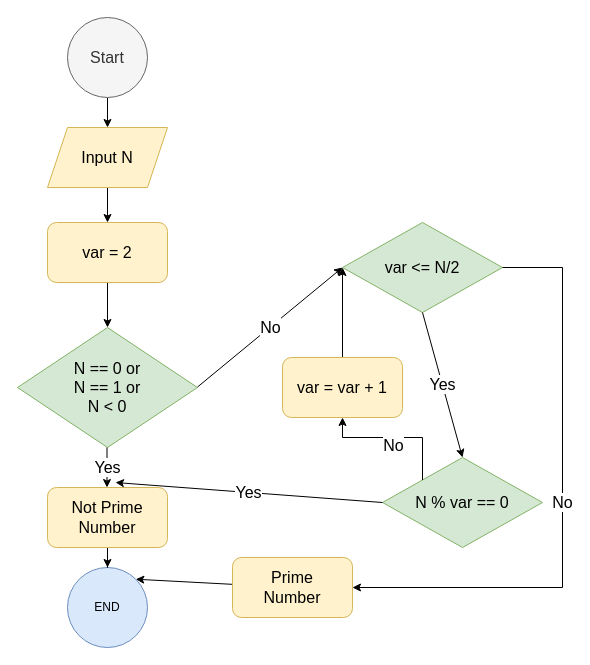
YuriiOsipchuk/HomeWorkGo keeps this draw.io diagram as ex002/other/d.drawio. Above is the earlier version. Source tidied: cells renumbered, new cells numbered last; positions are measured from the earlier drawing's top-left corner, leaving out a move shared by most shapes. Both pictures are drawn from the tidied source at 100%, with x=0, y=0 at pixel (17, 17).
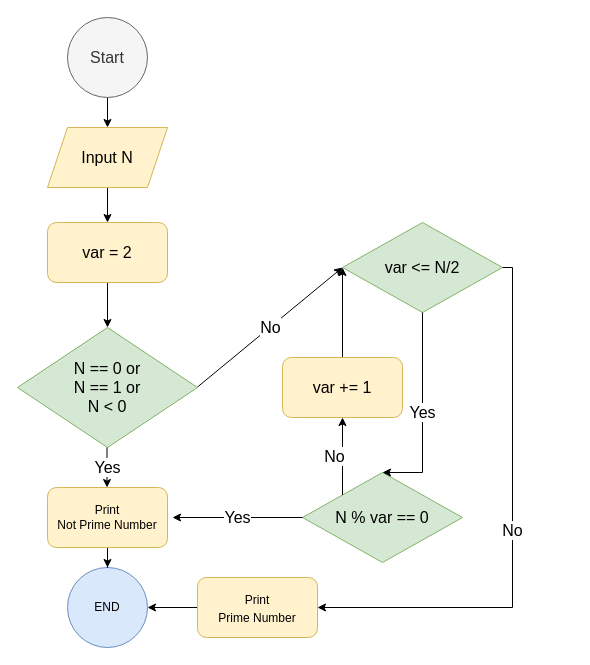
After the change.

The change refers to these unchanged cells:
```xml
<mxCell id="4" value="END" style="ellipse;whiteSpace=wrap;html=1;fillColor=#dae8fc;strokeColor=#6c8ebf;" parent="1" vertex="1">
  <mxGeometry x="50" y="550" width="80" height="80" as="geometry" />
</mxCell>
<mxCell id="14" value="var &amp;lt;= N/2" style="rhombus;whiteSpace=wrap;html=1;fontSize=16;fillColor=#d5e8d4;strokeColor=#82b366;" parent="1" vertex="1">
  <mxGeometry x="325" y="205" width="160" height="90" as="geometry" />
</mxCell>
```

Diff of the diagram source:
```diff
@@
-    <mxCell id="11" value="&lt;div&gt;Not Prime&lt;/div&gt;&lt;div&gt;Number&lt;br&gt;&lt;/div&gt;" style="rounded=1;whiteSpace=wrap;html=1;fontSize=16;fillColor=#fff2cc;strokeColor=#d6b656;" parent="1" vertex="1">
+    <mxCell id="11" value="&lt;div style=&quot;font-size: 12px;&quot;&gt;Print&lt;br&gt;&lt;/div&gt;&lt;div style=&quot;font-size: 12px;&quot;&gt;Not Prime Number&lt;br&gt;&lt;/div&gt;" style="rounded=1;whiteSpace=wrap;html=1;fontSize=16;fillColor=#fff2cc;strokeColor=#d6b656;" parent="1" vertex="1">
       <mxGeometry x="30" y="470" width="120" height="60" as="geometry" />
     </mxCell>
@@
     <mxCell id="15" value="N % var == 0" style="rhombus;whiteSpace=wrap;html=1;fontSize=16;fillColor=#d5e8d4;strokeColor=#82b366;" parent="1" vertex="1">
-      <mxGeometry x="365" y="440" width="160" height="90" as="geometry" />
+      <mxGeometry x="285" y="455" width="160" height="90" as="geometry" />
     </mxCell>
-    <mxCell id="16" value="Yes" style="endArrow=classic;html=1;rounded=0;fontSize=16;exitX=0.5;exitY=1;exitDx=0;exitDy=0;entryX=0.5;entryY=0;entryDx=0;entryDy=0;" parent="1" edge="1" source="14" target="15">
-      <mxGeometry relative="1" as="geometry" />
+    <mxCell id="16" value="Yes" style="endArrow=classic;html=1;rounded=0;fontSize=16;exitX=0.5;exitY=1;exitDx=0;exitDy=0;entryX=0.5;entryY=0;entryDx=0;entryDy=0;edgeStyle=orthogonalEdgeStyle;" parent="1" edge="1" source="14" target="15">
+      <mxGeometry relative="1" as="geometry">
+        <Array as="points">
+          <mxPoint x="405" y="455" />
+        </Array>
+      </mxGeometry>
     </mxCell>
-    <mxCell id="17" value="Yes" style="endArrow=classic;html=1;rounded=0;fontSize=16;entryX=0.567;entryY=-0.083;entryDx=0;entryDy=0;entryPerimeter=0;exitX=0;exitY=0.5;exitDx=0;exitDy=0;" parent="1" edge="1" source="15" target="11">
-      <mxGeometry relative="1" as="geometry" />
+    <mxCell id="17" value="Yes" style="endArrow=classic;html=1;rounded=0;fontSize=16;exitX=0;exitY=0.5;exitDx=0;exitDy=0;" parent="1" edge="1" source="15">
+      <mxGeometry relative="1" as="geometry">
+        <mxPoint x="155" y="500" as="targetPoint" />
+      </mxGeometry>
     </mxCell>
@@
-    <mxCell id="20" value="var = var + 1" style="rounded=1;whiteSpace=wrap;html=1;fontSize=16;fillColor=#fff2cc;strokeColor=#d6b656;" parent="1" vertex="1">
+    <mxCell id="20" value="var += 1" style="rounded=1;whiteSpace=wrap;html=1;fontSize=16;fillColor=#fff2cc;strokeColor=#d6b656;" parent="1" vertex="1">
       <mxGeometry x="265" y="340" width="120" height="60" as="geometry" />
     </mxCell>
-    <mxCell id="21" style="edgeStyle=none;rounded=0;jettySize=auto;html=1;entryX=1;entryY=0;entryDx=0;entryDy=0;fontSize=16;endArrow=classic;endFill=1;" parent="1" edge="1" source="22" target="4">
+    <mxCell id="21" style="edgeStyle=orthogonalEdgeStyle;rounded=0;jettySize=auto;html=1;fontSize=11;" parent="1" edge="1" source="22" target="4">
       <mxGeometry relative="1" as="geometry" />
     </mxCell>
-    <mxCell id="22" value="&lt;div&gt;Prime&lt;/div&gt;&lt;div&gt;Number&lt;br&gt;&lt;/div&gt;" style="rounded=1;whiteSpace=wrap;html=1;fontSize=16;fillColor=#fff2cc;strokeColor=#d6b656;" parent="1" vertex="1">
-      <mxGeometry x="215" y="540" width="120" height="60" as="geometry" />
+    <mxCell id="22" value="&lt;div style=&quot;font-size: 15px;&quot;&gt;&lt;font style=&quot;font-size: 12px;&quot;&gt;Print&lt;br&gt;&lt;/font&gt;&lt;/div&gt;&lt;div style=&quot;font-size: 15px;&quot;&gt;&lt;font style=&quot;font-size: 12px;&quot;&gt;Prime Number&lt;br&gt;&lt;/font&gt;&lt;/div&gt;" style="rounded=1;whiteSpace=wrap;html=1;fontSize=16;fillColor=#fff2cc;strokeColor=#d6b656;" parent="1" vertex="1">
+      <mxGeometry x="180" y="560" width="120" height="60" as="geometry" />
     </mxCell>
-    <mxCell id="23" value="No" style="endArrow=classic;html=1;rounded=0;fontSize=16;entryX=1;entryY=0.5;entryDx=0;entryDy=0;exitX=1;exitY=0.5;exitDx=0;exitDy=0;" parent="1" edge="1" source="14" target="22">
-      <mxGeometry relative="1" as="geometry">
-        <Array as="points">
-          <mxPoint x="545" y="250" />
-          <mxPoint x="545" y="570" />
-        </Array>
-      </mxGeometry>
+    <mxCell id="23" value="No" style="endArrow=classic;html=1;rounded=0;fontSize=16;entryX=1;entryY=0.5;entryDx=0;entryDy=0;exitX=1;exitY=0.5;exitDx=0;exitDy=0;edgeStyle=orthogonalEdgeStyle;" parent="1" edge="1" source="14" target="22">
+      <mxGeometry relative="1" as="geometry" />
     </mxCell>
```
